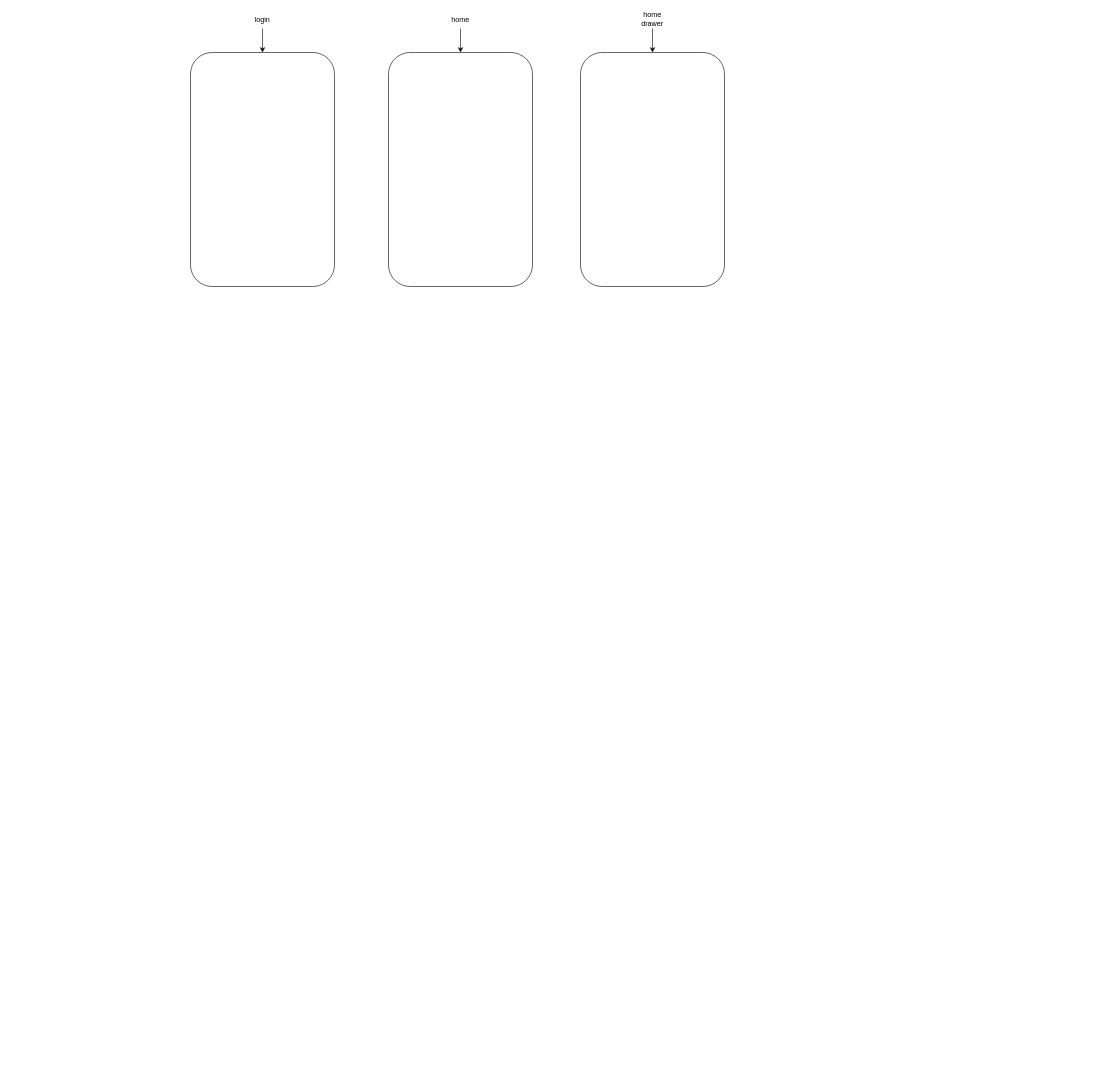
Above: kay_kyle.drawio in Grrom/draw_io_stuff (draw.io), before the change. Source tidied: cells renumbered, new cells numbered last; positions are measured from the earlier drawing's top-left corner, leaving out a move shared by most shapes. Both pictures are drawn from the tidied source at 60%, with x=0, y=0 at pixel (190, 10).
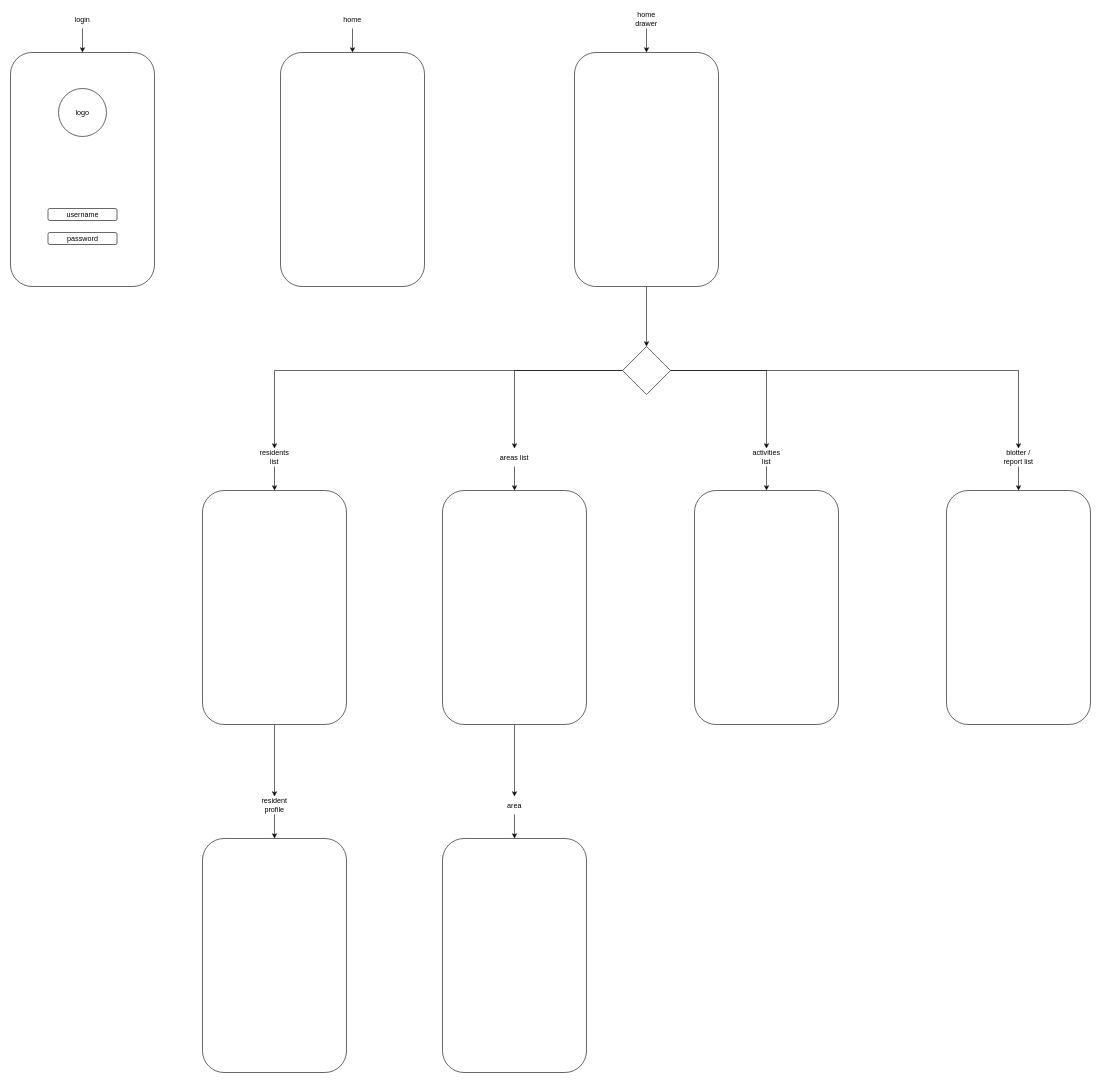
The same page after the edit.

Change to the diagram source:
```diff
@@
     <mxCell id="2" style="rounded=1;whiteSpace=wrap;html=1;" parent="1" vertex="1">
-      <mxGeometry y="70" width="240" height="390" as="geometry" />
+      <mxGeometry x="-300" y="70" width="240" height="390" as="geometry" />
     </mxCell>
@@
     <mxCell id="4" value="login" style="text;html=1;strokeColor=none;fillColor=none;align=center;verticalAlign=middle;whiteSpace=wrap;rounded=0;" parent="1" vertex="1">
-      <mxGeometry x="90" width="60" height="30" as="geometry" />
+      <mxGeometry x="-210" width="60" height="30" as="geometry" />
     </mxCell>
     <mxCell id="5" style="rounded=1;whiteSpace=wrap;html=1;" parent="1" vertex="1">
-      <mxGeometry x="330" y="70" width="240" height="390" as="geometry" />
+      <mxGeometry x="150" y="70" width="240" height="390" as="geometry" />
     </mxCell>
@@
     <mxCell id="7" value="home" style="text;html=1;strokeColor=none;fillColor=none;align=center;verticalAlign=middle;whiteSpace=wrap;rounded=0;" parent="1" vertex="1">
-      <mxGeometry x="420" width="60" height="30" as="geometry" />
+      <mxGeometry x="240" width="60" height="30" as="geometry" />
     </mxCell>
+    <mxCell id="11" style="edgeStyle=orthogonalEdgeStyle;rounded=0;jettySize=auto;html=1;entryX=0.5;entryY=0;entryDx=0;entryDy=0;" parent="1" edge="1" source="8" target="36">
+      <mxGeometry relative="1" as="geometry" />
+    </mxCell>
     <mxCell id="8" style="rounded=1;whiteSpace=wrap;html=1;" parent="1" vertex="1">
-      <mxGeometry x="650" y="70" width="240" height="390" as="geometry" />
+      <mxGeometry x="640" y="70" width="240" height="390" as="geometry" />
     </mxCell>
@@
     <mxCell id="10" value="home drawer" style="text;html=1;strokeColor=none;fillColor=none;align=center;verticalAlign=middle;whiteSpace=wrap;rounded=0;" parent="1" vertex="1">
-      <mxGeometry x="740" width="60" height="30" as="geometry" />
+      <mxGeometry x="730" width="60" height="30" as="geometry" />
     </mxCell>
+    <mxCell id="12" style="edgeStyle=orthogonalEdgeStyle;rounded=0;jettySize=auto;html=1;entryX=0.5;entryY=0;entryDx=0;entryDy=0;" parent="1" edge="1" source="13" target="25">
+      <mxGeometry relative="1" as="geometry" />
+    </mxCell>
+    <mxCell id="13" style="rounded=1;whiteSpace=wrap;html=1;" parent="1" vertex="1">
+      <mxGeometry x="20" y="800" width="240" height="390" as="geometry" />
+    </mxCell>
+    <mxCell id="14" style="edgeStyle=orthogonalEdgeStyle;rounded=0;jettySize=auto;html=1;" parent="1" edge="1" source="15" target="13">
+      <mxGeometry relative="1" as="geometry" />
+    </mxCell>
+    <mxCell id="15" value="residents list" style="text;html=1;strokeColor=none;fillColor=none;align=center;verticalAlign=middle;whiteSpace=wrap;rounded=0;" parent="1" vertex="1">
+      <mxGeometry x="110" y="730" width="60" height="30" as="geometry" />
+    </mxCell>
+    <mxCell id="16" style="edgeStyle=orthogonalEdgeStyle;rounded=0;jettySize=auto;html=1;entryX=0.5;entryY=0;entryDx=0;entryDy=0;" parent="1" edge="1" source="17" target="28">
+      <mxGeometry relative="1" as="geometry" />
+    </mxCell>
+    <mxCell id="17" style="rounded=1;whiteSpace=wrap;html=1;" parent="1" vertex="1">
+      <mxGeometry x="420" y="800" width="240" height="390" as="geometry" />
+    </mxCell>
+    <mxCell id="18" style="edgeStyle=orthogonalEdgeStyle;rounded=0;jettySize=auto;html=1;" parent="1" edge="1" source="19" target="17">
+      <mxGeometry relative="1" as="geometry" />
+    </mxCell>
+    <mxCell id="19" value="areas list" style="text;html=1;strokeColor=none;fillColor=none;align=center;verticalAlign=middle;whiteSpace=wrap;rounded=0;" parent="1" vertex="1">
+      <mxGeometry x="510" y="730" width="60" height="30" as="geometry" />
+    </mxCell>
+    <mxCell id="20" style="rounded=1;whiteSpace=wrap;html=1;" parent="1" vertex="1">
+      <mxGeometry x="840" y="800" width="240" height="390" as="geometry" />
+    </mxCell>
+    <mxCell id="21" style="edgeStyle=orthogonalEdgeStyle;rounded=0;jettySize=auto;html=1;" parent="1" edge="1" source="22" target="20">
+      <mxGeometry relative="1" as="geometry" />
+    </mxCell>
+    <mxCell id="22" value="activities list" style="text;html=1;strokeColor=none;fillColor=none;align=center;verticalAlign=middle;whiteSpace=wrap;rounded=0;" parent="1" vertex="1">
+      <mxGeometry x="930" y="730" width="60" height="30" as="geometry" />
+    </mxCell>
+    <mxCell id="23" style="rounded=1;whiteSpace=wrap;html=1;" parent="1" vertex="1">
+      <mxGeometry x="20" y="1380" width="240" height="390" as="geometry" />
+    </mxCell>
+    <mxCell id="24" style="edgeStyle=orthogonalEdgeStyle;rounded=0;jettySize=auto;html=1;" parent="1" edge="1" source="25" target="23">
+      <mxGeometry relative="1" as="geometry" />
+    </mxCell>
+    <mxCell id="25" value="resident profile" style="text;html=1;strokeColor=none;fillColor=none;align=center;verticalAlign=middle;whiteSpace=wrap;rounded=0;" parent="1" vertex="1">
+      <mxGeometry x="110" y="1310" width="60" height="30" as="geometry" />
+    </mxCell>
+    <mxCell id="26" style="rounded=1;whiteSpace=wrap;html=1;" parent="1" vertex="1">
+      <mxGeometry x="420" y="1380" width="240" height="390" as="geometry" />
+    </mxCell>
+    <mxCell id="27" style="edgeStyle=orthogonalEdgeStyle;rounded=0;jettySize=auto;html=1;" parent="1" edge="1" source="28" target="26">
+      <mxGeometry relative="1" as="geometry" />
+    </mxCell>
+    <mxCell id="28" value="area" style="text;html=1;strokeColor=none;fillColor=none;align=center;verticalAlign=middle;whiteSpace=wrap;rounded=0;" parent="1" vertex="1">
+      <mxGeometry x="510" y="1310" width="60" height="30" as="geometry" />
+    </mxCell>
+    <mxCell id="29" style="rounded=1;whiteSpace=wrap;html=1;" parent="1" vertex="1">
+      <mxGeometry x="1260" y="800" width="240" height="390" as="geometry" />
+    </mxCell>
+    <mxCell id="30" style="edgeStyle=orthogonalEdgeStyle;rounded=0;jettySize=auto;html=1;" parent="1" edge="1" source="31" target="29">
+      <mxGeometry relative="1" as="geometry" />
+    </mxCell>
+    <mxCell id="31" value="blotter / report list" style="text;html=1;strokeColor=none;fillColor=none;align=center;verticalAlign=middle;whiteSpace=wrap;rounded=0;" parent="1" vertex="1">
+      <mxGeometry x="1350" y="730" width="60" height="30" as="geometry" />
+    </mxCell>
+    <mxCell id="32" style="edgeStyle=orthogonalEdgeStyle;rounded=0;jettySize=auto;html=1;entryX=0.5;entryY=0;entryDx=0;entryDy=0;" parent="1" edge="1" source="36" target="15">
+      <mxGeometry relative="1" as="geometry" />
+    </mxCell>
+    <mxCell id="33" style="edgeStyle=orthogonalEdgeStyle;rounded=0;jettySize=auto;html=1;entryX=0.5;entryY=0;entryDx=0;entryDy=0;" parent="1" edge="1" source="36" target="31">
+      <mxGeometry relative="1" as="geometry" />
+    </mxCell>
+    <mxCell id="34" style="edgeStyle=orthogonalEdgeStyle;rounded=0;jettySize=auto;html=1;entryX=0.5;entryY=0;entryDx=0;entryDy=0;" parent="1" edge="1" source="36" target="19">
+      <mxGeometry relative="1" as="geometry" />
+    </mxCell>
+    <mxCell id="35" style="edgeStyle=orthogonalEdgeStyle;rounded=0;jettySize=auto;html=1;entryX=0.5;entryY=0;entryDx=0;entryDy=0;" parent="1" edge="1" source="36" target="22">
+      <mxGeometry relative="1" as="geometry" />
+    </mxCell>
+    <mxCell id="36" style="rhombus;whiteSpace=wrap;html=1;" parent="1" vertex="1">
+      <mxGeometry x="720" y="560" width="80" height="80" as="geometry" />
+    </mxCell>
+    <mxCell id="37" value="username" style="rounded=1;whiteSpace=wrap;html=1;" parent="1" vertex="1">
+      <mxGeometry x="-237.5" y="330" width="115" height="20" as="geometry" />
+    </mxCell>
+    <mxCell id="38" value="password" style="rounded=1;whiteSpace=wrap;html=1;" parent="1" vertex="1">
+      <mxGeometry x="-237.5" y="370" width="115" height="20" as="geometry" />
+    </mxCell>
+    <mxCell id="39" value="logo" style="ellipse;whiteSpace=wrap;html=1;" parent="1" vertex="1">
+      <mxGeometry x="-220" y="130" width="80" height="80" as="geometry" />
+    </mxCell>
```
